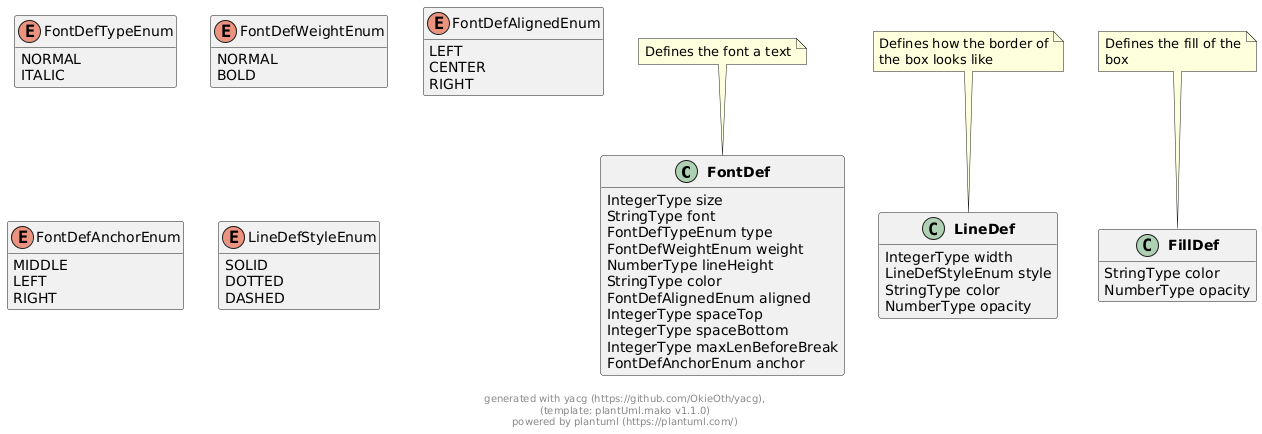
The PlantUML diagram docs/models/png/ganttdoc.png in OkieOth/draw.chart.things, before a commit.
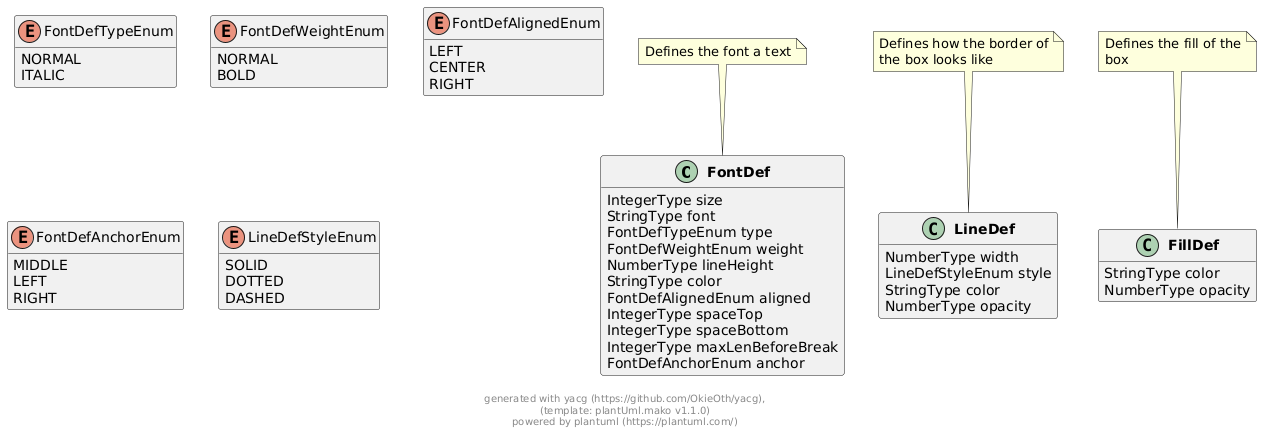
After the change.

The edit, as a diff of the source:
```diff
@@ -43,7 +43,7 @@
 }
 
 class "**LineDef**" as LineDef {
-        IntegerType width
+        NumberType width
         LineDefStyleEnum style
         StringType color
         NumberType opacity
```
